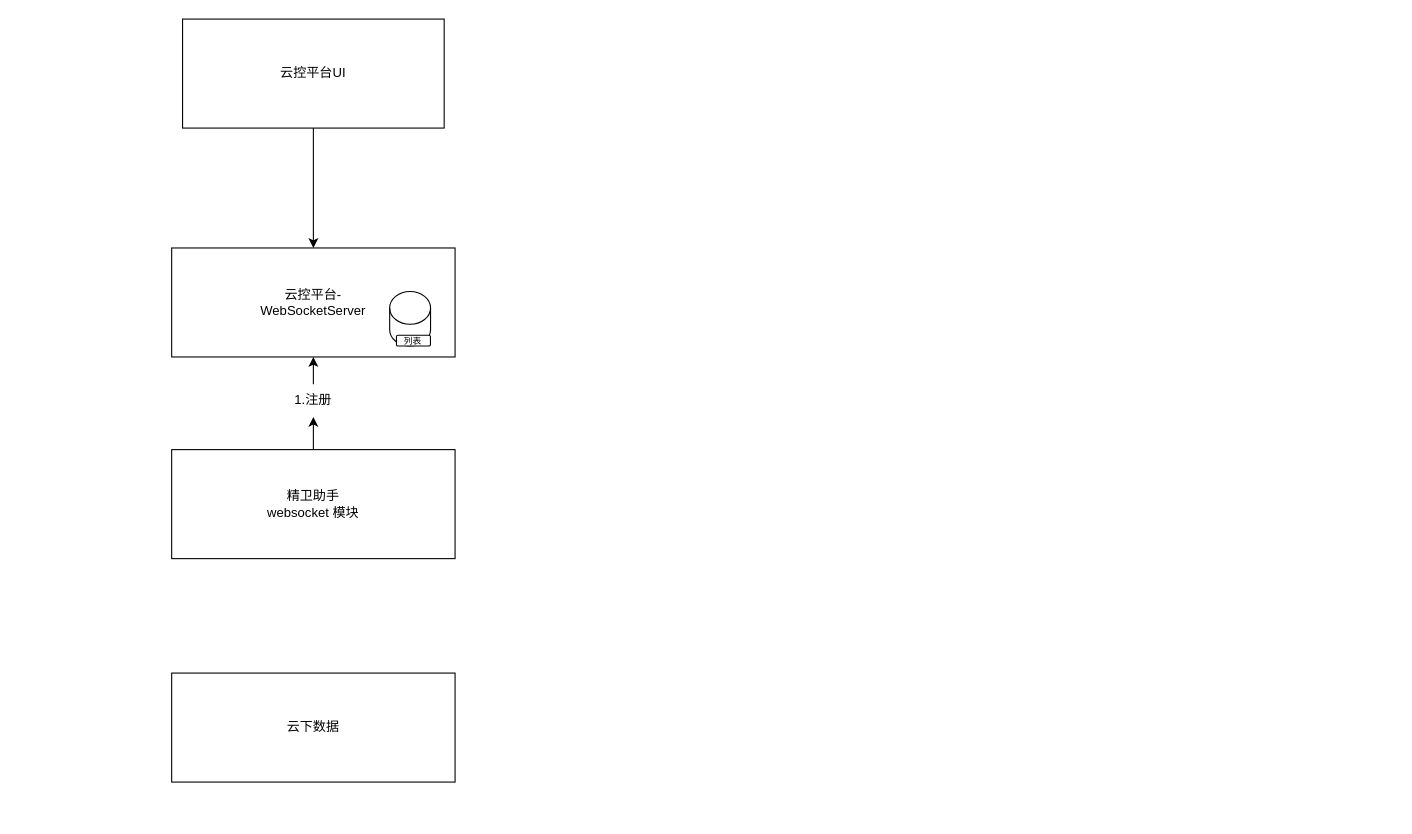
The draw.io diagram 云控平台.drawio in Snuger/draw, before the edit. Source tidied: cells renumbered, new cells numbered last; positions are measured from the earlier drawing's top-left corner, leaving out a move shared by most shapes. Both pictures are drawn from the tidied source at 109%, with x=0, y=0 at pixel (171, 19).
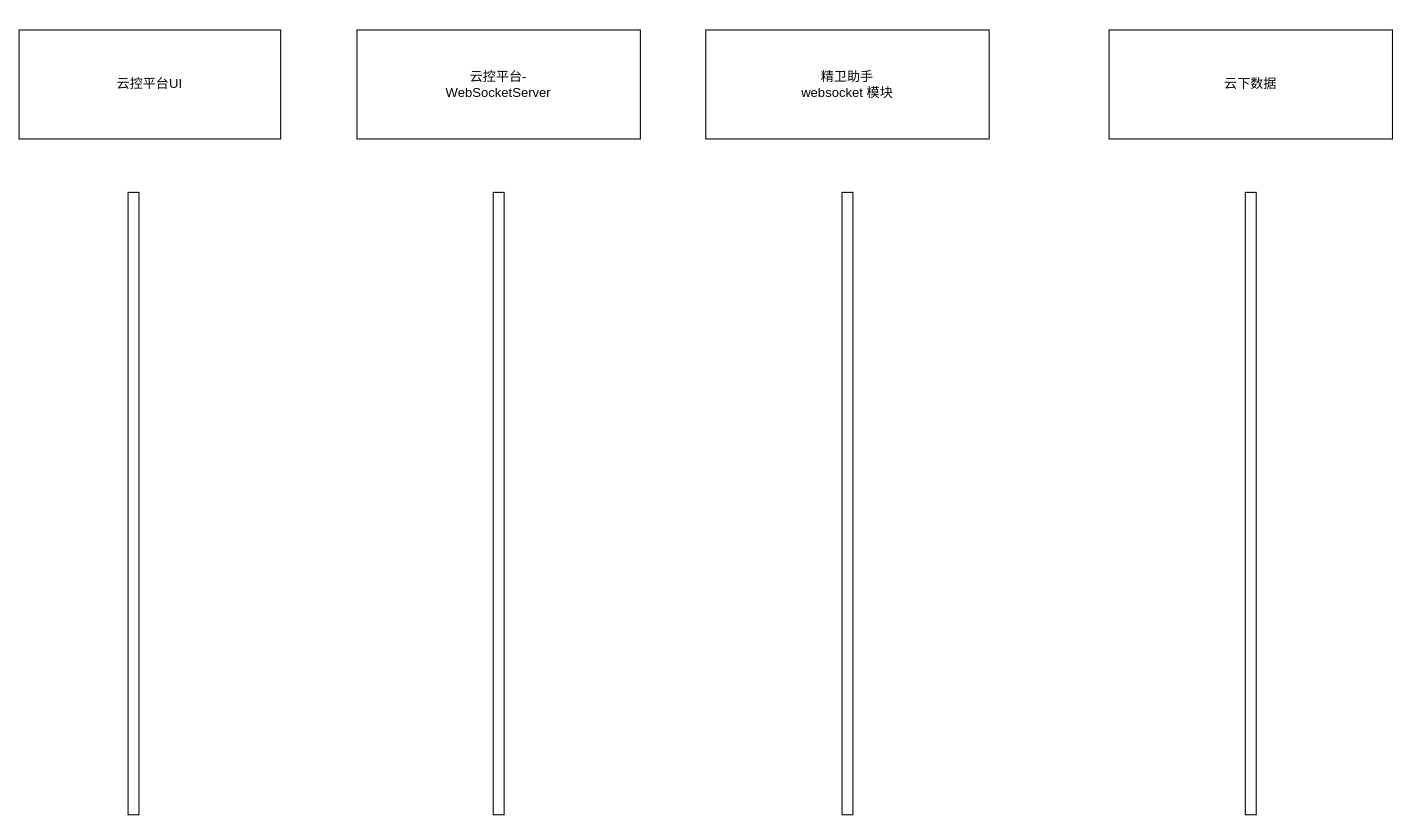
After the change.

Commit message (it also covers changes not shown here):
更新云控平台.drawio

Change to the diagram source:
```diff
@@
 <mxGraphModel>
   <root>
     <mxCell id="0" />
     <mxCell id="1" parent="0" />
-    <mxCell id="2" style="edgeStyle=orthogonalEdgeStyle;rounded=0;jettySize=auto;html=1;entryX=0.5;entryY=0;entryDx=0;entryDy=0;" parent="1" edge="1" source="3" target="4">
-      <mxGeometry relative="1" as="geometry" />
-    </mxCell>
     <mxCell id="3" value="云控平台UI" style="rounded=0;whiteSpace=wrap;html=1;" parent="1" vertex="1">
-      <mxGeometry x="10" width="240" height="100" as="geometry" />
+      <mxGeometry x="-140" y="10" width="240" height="100" as="geometry" />
     </mxCell>
     <mxCell id="4" value="云控平台-&lt;br&gt;WebSocketServer" style="rounded=0;whiteSpace=wrap;html=1;" parent="1" vertex="1">
-      <mxGeometry y="210" width="260" height="100" as="geometry" />
+      <mxGeometry x="170" y="10" width="260" height="100" as="geometry" />
     </mxCell>
-    <mxCell id="5" style="edgeStyle=orthogonalEdgeStyle;rounded=0;jettySize=auto;html=1;entryX=0.5;entryY=1;entryDx=0;entryDy=0;" parent="1" edge="1" source="11" target="4">
-      <mxGeometry relative="1" as="geometry" />
-    </mxCell>
     <mxCell id="6" value="精卫助手&lt;br&gt;websocket&amp;nbsp;模块" style="rounded=0;whiteSpace=wrap;html=1;" parent="1" vertex="1">
-      <mxGeometry y="395" width="260" height="100" as="geometry" />
+      <mxGeometry x="490" y="10" width="260" height="100" as="geometry" />
     </mxCell>
     <mxCell id="7" value="云下数据" style="rounded=0;whiteSpace=wrap;html=1;" parent="1" vertex="1">
-      <mxGeometry y="600" width="260" height="100" as="geometry" />
+      <mxGeometry x="860" y="10" width="260" height="100" as="geometry" />
     </mxCell>
-    <mxCell id="8" style="shape=cylinder3;whiteSpace=wrap;html=1;boundedLbl=1;backgroundOutline=1;size=15;" parent="1" vertex="1">
-      <mxGeometry x="200" y="250" width="37.5" height="50" as="geometry" />
-    </mxCell>
-    <mxCell id="9" value="&lt;font style=&quot;font-size: 8px;&quot;&gt;列表&lt;/font&gt;" style="rounded=1;whiteSpace=wrap;html=1;" parent="1" vertex="1">
-      <mxGeometry x="206.2" y="290" width="31.2" height="10" as="geometry" />
-    </mxCell>
-    <mxCell id="10" style="edgeStyle=orthogonalEdgeStyle;rounded=0;jettySize=auto;html=1;entryX=0.5;entryY=1;entryDx=0;entryDy=0;" parent="1" edge="1" source="6" target="11">
-      <mxGeometry relative="1" as="geometry" />
-    </mxCell>
-    <mxCell id="11" value="1.注册" style="text;html=1;strokeColor=none;fillColor=none;align=center;verticalAlign=middle;whiteSpace=wrap;rounded=0;" parent="1" vertex="1">
-      <mxGeometry x="100" y="335" width="60" height="30" as="geometry" />
-    </mxCell>
+    <mxCell id="12" style="html=1;perimeter=orthogonalPerimeter;targetShapes=umlLifeline;newEdgeStyle={&quot;curved&quot;:0,&quot;rounded&quot;:0};" parent="1" vertex="1">
+      <mxGeometry x="-40" y="159" width="10" height="571" as="geometry" />
+    </mxCell>
+    <mxCell id="13" style="html=1;perimeter=orthogonalPerimeter;targetShapes=umlLifeline;newEdgeStyle={&quot;curved&quot;:0,&quot;rounded&quot;:0};" parent="1" vertex="1">
+      <mxGeometry x="295" y="159" width="10" height="571" as="geometry" />
+    </mxCell>
+    <mxCell id="14" style="html=1;perimeter=orthogonalPerimeter;targetShapes=umlLifeline;newEdgeStyle={&quot;curved&quot;:0,&quot;rounded&quot;:0};" parent="1" vertex="1">
+      <mxGeometry x="615" y="159" width="10" height="571" as="geometry" />
+    </mxCell>
+    <mxCell id="15" style="html=1;perimeter=orthogonalPerimeter;targetShapes=umlLifeline;newEdgeStyle={&quot;curved&quot;:0,&quot;rounded&quot;:0};" parent="1" vertex="1">
+      <mxGeometry x="985" y="159" width="10" height="571" as="geometry" />
+    </mxCell>
   </root>
 </mxGraphModel>
```
